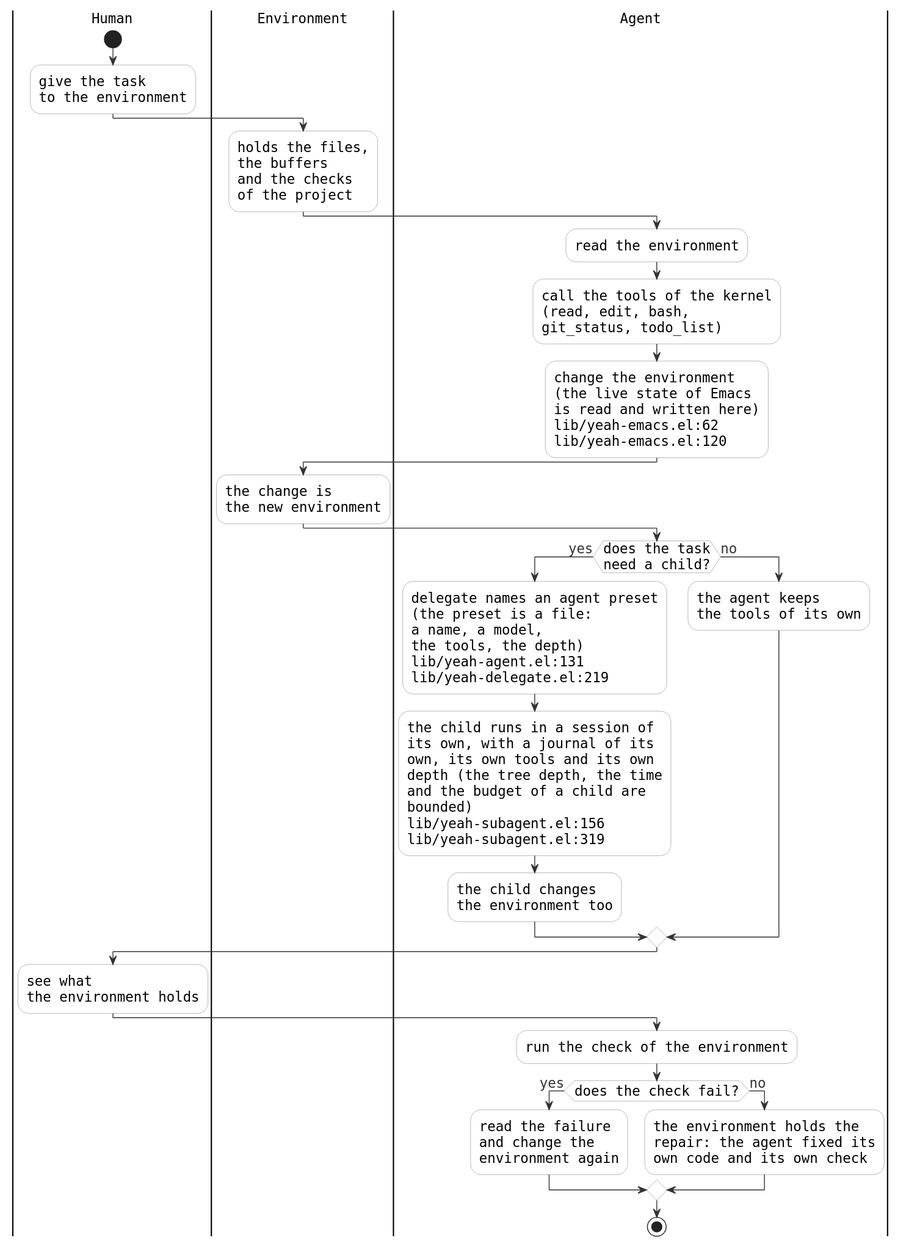
11111000000/yeah keeps this PlantUML diagram as site/assets/diagrams/fixed-point-light.svg. Above is the earlier version.
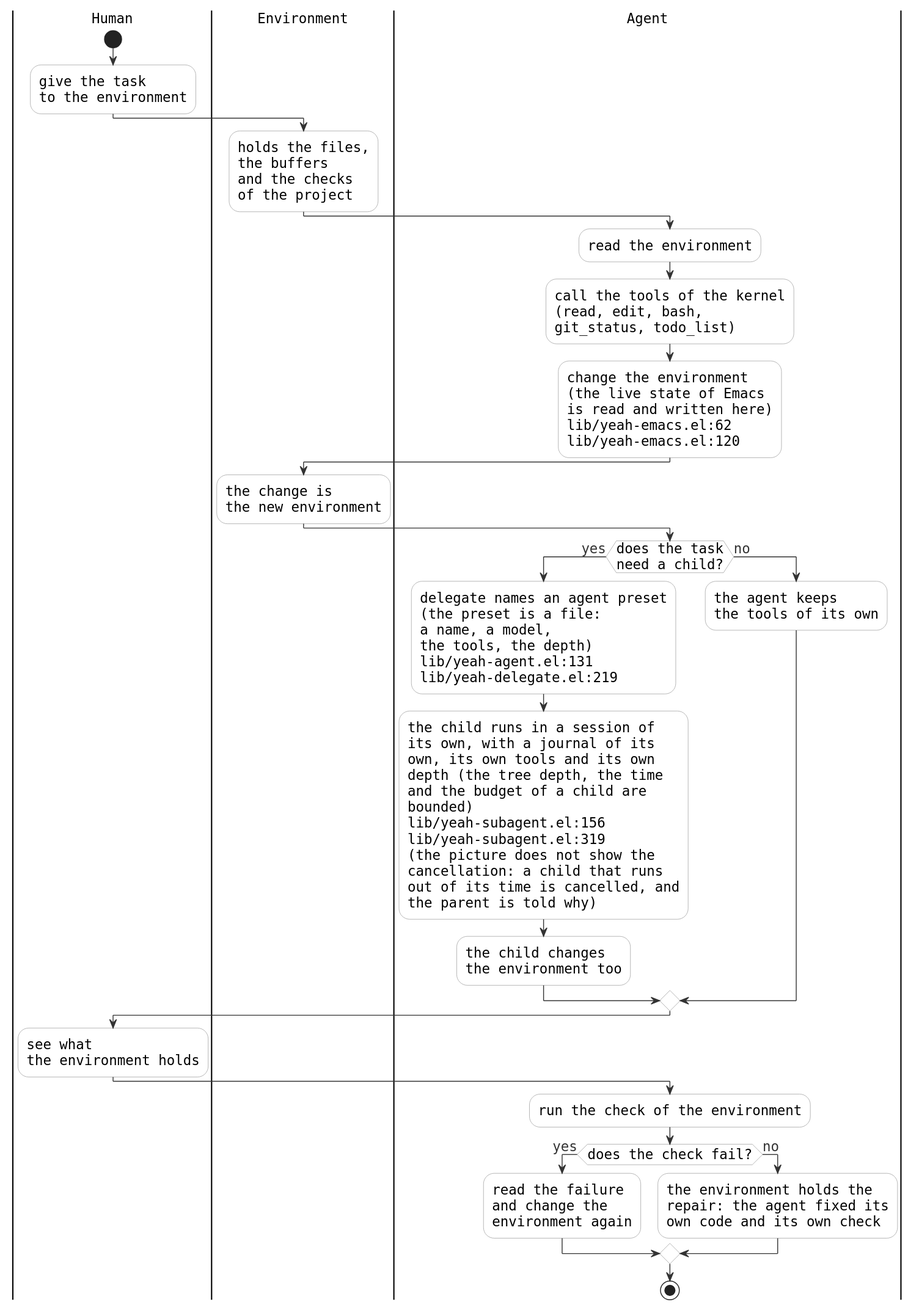
After the change.

Change to the diagram source:
```diff
@@ -1,4 +1,5 @@
 @startuml
+!define SUBJECT_BG #EAF4EA
 skinparam nodeStyle rectangle
 skinparam stateStyle rectangle
 skinparam componentStyle rectangle
@@ -45,7 +46,7 @@
 |Agent|
 if (does the task\nneed a child?) then (yes)
   :delegate names an agent preset\n(the preset is a file:\na name, a model,\nthe tools, the depth)\nlib/yeah-agent.el:131\nlib/yeah-delegate.el:219;
-  :the child runs in a session of\nits own, with a journal of its\nown, its own tools and its own\ndepth (the tree depth, the time\nand the budget of a child are\nbounded)\nlib/yeah-subagent.el:156\nlib/yeah-subagent.el:319;
+  :the child runs in a session of\nits own, with a journal of its\nown, its own tools and its own\ndepth (the tree depth, the time\nand the budget of a child are\nbounded)\nlib/yeah-subagent.el:156\nlib/yeah-subagent.el:319\n(the picture does not show the\ncancellation: a child that runs\nout of its time is cancelled, and\nthe parent is told why);
   :the child changes\nthe environment too;
 else (no)
   :the agent keeps\nthe tools of its own;
```
